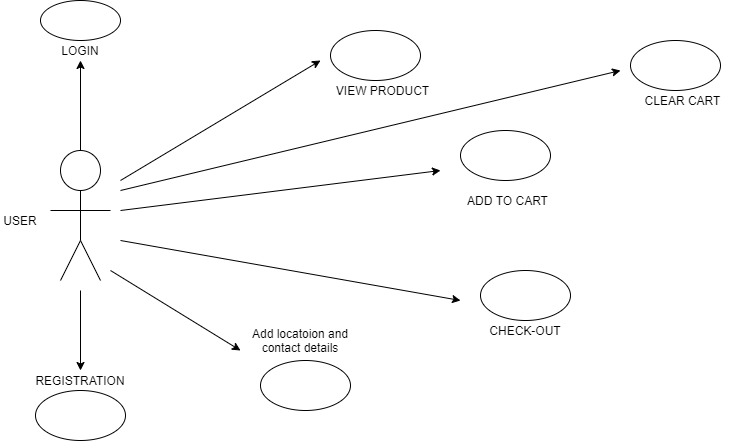
Before: Use case diagram.png, a diagram exported from draw.io (Sisonke77/Market-Place). Source tidied: cells renumbered, new cells last; positions are measured from the earlier drawing's top-left corner, leaving out a move shared by most shapes. The source it was exported from:
```xml
<mxGraphModel>
  <root>
    <mxCell id="0" />
    <mxCell id="1" parent="0" />
    <mxCell id="2" style="ellipse;whiteSpace=wrap;html=1;" parent="1" vertex="1">
      <mxGeometry x="60" y="150" width="40" height="40" as="geometry" />
    </mxCell>
    <mxCell id="3" style="endArrow=none;html=1;entryX=0.5;entryY=1;entryDx=0;entryDy=0;" parent="1" edge="1" target="2">
      <mxGeometry relative="1" as="geometry">
        <mxPoint x="80" y="240" as="sourcePoint" />
      </mxGeometry>
    </mxCell>
    <mxCell id="4" style="endArrow=none;html=1;" parent="1" edge="1">
      <mxGeometry relative="1" as="geometry">
        <mxPoint x="50" y="210" as="sourcePoint" />
        <mxPoint x="110" y="210" as="targetPoint" />
      </mxGeometry>
    </mxCell>
    <mxCell id="5" style="endArrow=none;html=1;" parent="1" edge="1">
      <mxGeometry relative="1" as="geometry">
        <mxPoint x="80" y="240" as="sourcePoint" />
        <mxPoint x="100" y="280" as="targetPoint" />
      </mxGeometry>
    </mxCell>
    <mxCell id="6" style="endArrow=none;html=1;" parent="1" edge="1">
      <mxGeometry relative="1" as="geometry">
        <mxPoint x="60" y="280" as="sourcePoint" />
        <mxPoint x="80" y="240" as="targetPoint" />
      </mxGeometry>
    </mxCell>
    <mxCell id="7" style="ellipse;whiteSpace=wrap;html=1;" parent="1" vertex="1">
      <mxGeometry x="40" width="80" height="40" as="geometry" />
    </mxCell>
    <mxCell id="8" style="ellipse;whiteSpace=wrap;html=1;" parent="1" vertex="1">
      <mxGeometry x="35" y="390" width="90" height="50" as="geometry" />
    </mxCell>
    <mxCell id="9" style="endArrow=classic;html=1;exitX=0.5;exitY=0;exitDx=0;exitDy=0;" parent="1" edge="1" source="2">
      <mxGeometry relative="1" as="geometry">
        <mxPoint x="80" y="60" as="targetPoint" />
      </mxGeometry>
    </mxCell>
    <mxCell id="10" style="endArrow=classic;html=1;" parent="1" edge="1">
      <mxGeometry relative="1" as="geometry">
        <mxPoint x="80" y="290" as="sourcePoint" />
        <mxPoint x="80" y="370" as="targetPoint" />
      </mxGeometry>
    </mxCell>
    <mxCell id="11" value="LOGIN" style="text;html=1;strokeColor=none;fillColor=none;align=center;verticalAlign=middle;whiteSpace=wrap;rounded=0;" parent="1" vertex="1">
      <mxGeometry x="60" y="40" width="40" height="20" as="geometry" />
    </mxCell>
    <mxCell id="12" value="REGISTRATION" style="text;html=1;strokeColor=none;fillColor=none;align=center;verticalAlign=middle;whiteSpace=wrap;rounded=0;" parent="1" vertex="1">
      <mxGeometry x="55" y="370" width="50" height="20" as="geometry" />
    </mxCell>
    <mxCell id="13" value="USER" style="text;html=1;strokeColor=none;fillColor=none;align=center;verticalAlign=middle;whiteSpace=wrap;rounded=0;" parent="1" vertex="1">
      <mxGeometry y="210" width="40" height="20" as="geometry" />
    </mxCell>
    <mxCell id="14" style="ellipse;whiteSpace=wrap;html=1;" parent="1" vertex="1">
      <mxGeometry x="630" y="40" width="90" height="50" as="geometry" />
    </mxCell>
    <mxCell id="15" style="ellipse;whiteSpace=wrap;html=1;" parent="1" vertex="1">
      <mxGeometry x="260" y="360" width="90" height="50" as="geometry" />
    </mxCell>
    <mxCell id="16" style="ellipse;whiteSpace=wrap;html=1;" parent="1" vertex="1">
      <mxGeometry x="480" y="270" width="90" height="50" as="geometry" />
    </mxCell>
    <mxCell id="17" style="ellipse;whiteSpace=wrap;html=1;" parent="1" vertex="1">
      <mxGeometry x="460" y="130" width="90" height="50" as="geometry" />
    </mxCell>
    <mxCell id="18" style="ellipse;whiteSpace=wrap;html=1;" parent="1" vertex="1">
      <mxGeometry x="330" y="30" width="90" height="50" as="geometry" />
    </mxCell>
    <mxCell id="19" value="VIEW PRODUCT" style="text;html=1;strokeColor=none;fillColor=none;align=center;verticalAlign=middle;whiteSpace=wrap;rounded=0;" parent="1" vertex="1">
      <mxGeometry x="330" y="80" width="105" height="20" as="geometry" />
    </mxCell>
    <mxCell id="20" style="endArrow=classic;html=1;" parent="1" edge="1">
      <mxGeometry relative="1" as="geometry">
        <mxPoint x="120" y="210" as="sourcePoint" />
        <mxPoint x="440" y="170" as="targetPoint" />
      </mxGeometry>
    </mxCell>
    <mxCell id="21" style="endArrow=classic;html=1;" parent="1" edge="1">
      <mxGeometry relative="1" as="geometry">
        <mxPoint x="120" y="180" as="sourcePoint" />
        <mxPoint x="320" y="60" as="targetPoint" />
      </mxGeometry>
    </mxCell>
    <mxCell id="22" style="endArrow=classic;html=1;" parent="1" edge="1">
      <mxGeometry relative="1" as="geometry">
        <mxPoint x="120" y="240" as="sourcePoint" />
        <mxPoint x="460" y="300" as="targetPoint" />
      </mxGeometry>
    </mxCell>
    <mxCell id="23" style="endArrow=classic;html=1;" parent="1" edge="1">
      <mxGeometry relative="1" as="geometry">
        <mxPoint x="110" y="270" as="sourcePoint" />
        <mxPoint x="240" y="350" as="targetPoint" />
      </mxGeometry>
    </mxCell>
    <mxCell id="24" value="Add locatoion and contact details" style="text;html=1;strokeColor=none;fillColor=none;align=center;verticalAlign=middle;whiteSpace=wrap;rounded=0;" parent="1" vertex="1">
      <mxGeometry x="250" y="330" width="100" height="20" as="geometry" />
    </mxCell>
    <mxCell id="25" value="CHECK-OUT" style="text;html=1;strokeColor=none;fillColor=none;align=center;verticalAlign=middle;whiteSpace=wrap;rounded=0;" parent="1" vertex="1">
      <mxGeometry x="480" y="320" width="90" height="20" as="geometry" />
    </mxCell>
    <mxCell id="26" value="ADD TO CART" style="text;html=1;strokeColor=none;fillColor=none;align=center;verticalAlign=middle;whiteSpace=wrap;rounded=0;" parent="1" vertex="1">
      <mxGeometry x="465" y="190" width="85" height="20" as="geometry" />
    </mxCell>
    <mxCell id="27" style="endArrow=classic;html=1;" parent="1" edge="1">
      <mxGeometry relative="1" as="geometry">
        <mxPoint x="120" y="190" as="sourcePoint" />
        <mxPoint x="620" y="70" as="targetPoint" />
      </mxGeometry>
    </mxCell>
    <mxCell id="28" value="CLEAR CART" style="text;html=1;strokeColor=none;fillColor=none;align=center;verticalAlign=middle;whiteSpace=wrap;rounded=0;" parent="1" vertex="1">
      <mxGeometry x="630" y="90" width="105" height="20" as="geometry" />
    </mxCell>
  </root>
</mxGraphModel>
```
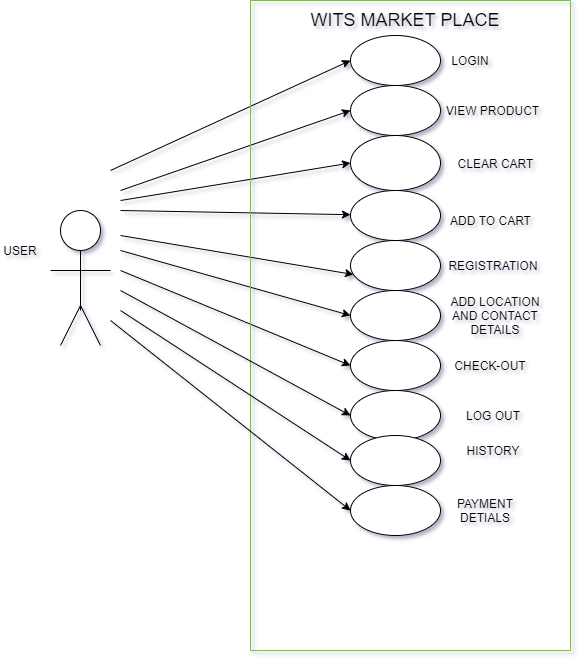
Above is the later version.

The edit, as a diff of the source:
```diff
@@ -1,118 +1,151 @@
-<mxGraphModel>
+<mxGraphModel shadow="1">
   <root>
     <mxCell id="0" />
     <mxCell id="1" parent="0" />
     <mxCell id="2" style="ellipse;whiteSpace=wrap;html=1;" parent="1" vertex="1">
-      <mxGeometry x="60" y="150" width="40" height="40" as="geometry" />
+      <mxGeometry x="60" y="180" width="40" height="40" as="geometry" />
     </mxCell>
     <mxCell id="3" style="endArrow=none;html=1;entryX=0.5;entryY=1;entryDx=0;entryDy=0;" parent="1" edge="1" target="2">
       <mxGeometry relative="1" as="geometry">
-        <mxPoint x="80" y="240" as="sourcePoint" />
+        <mxPoint x="80" y="280" as="sourcePoint" />
       </mxGeometry>
     </mxCell>
     <mxCell id="4" style="endArrow=none;html=1;" parent="1" edge="1">
       <mxGeometry relative="1" as="geometry">
-        <mxPoint x="50" y="210" as="sourcePoint" />
-        <mxPoint x="110" y="210" as="targetPoint" />
+        <mxPoint x="50" y="240" as="sourcePoint" />
+        <mxPoint x="110" y="240" as="targetPoint" />
       </mxGeometry>
     </mxCell>
     <mxCell id="5" style="endArrow=none;html=1;" parent="1" edge="1">
       <mxGeometry relative="1" as="geometry">
-        <mxPoint x="80" y="240" as="sourcePoint" />
-        <mxPoint x="100" y="280" as="targetPoint" />
+        <mxPoint x="80" y="275" as="sourcePoint" />
+        <mxPoint x="100" y="315" as="targetPoint" />
       </mxGeometry>
     </mxCell>
     <mxCell id="6" style="endArrow=none;html=1;" parent="1" edge="1">
       <mxGeometry relative="1" as="geometry">
-        <mxPoint x="60" y="280" as="sourcePoint" />
-        <mxPoint x="80" y="240" as="targetPoint" />
+        <mxPoint x="60" y="315" as="sourcePoint" />
+        <mxPoint x="80" y="275" as="targetPoint" />
       </mxGeometry>
     </mxCell>
-    <mxCell id="7" style="ellipse;whiteSpace=wrap;html=1;" parent="1" vertex="1">
-      <mxGeometry x="40" width="80" height="40" as="geometry" />
-    </mxCell>
-    <mxCell id="8" style="ellipse;whiteSpace=wrap;html=1;" parent="1" vertex="1">
-      <mxGeometry x="35" y="390" width="90" height="50" as="geometry" />
-    </mxCell>
-    <mxCell id="9" style="endArrow=classic;html=1;exitX=0.5;exitY=0;exitDx=0;exitDy=0;" parent="1" edge="1" source="2">
+    <mxCell id="9" style="endArrow=classic;html=1;entryX=0;entryY=0.5;entryDx=0;entryDy=0;" parent="1" edge="1" target="30">
       <mxGeometry relative="1" as="geometry">
-        <mxPoint x="80" y="60" as="targetPoint" />
+        <mxPoint x="110" y="140" as="sourcePoint" />
       </mxGeometry>
     </mxCell>
-    <mxCell id="10" style="endArrow=classic;html=1;" parent="1" edge="1">
+    <mxCell id="10" style="endArrow=classic;html=1;entryX=0;entryY=0.5;entryDx=0;entryDy=0;" parent="1" edge="1" target="15">
       <mxGeometry relative="1" as="geometry">
-        <mxPoint x="80" y="290" as="sourcePoint" />
-        <mxPoint x="80" y="370" as="targetPoint" />
+        <mxPoint x="120" y="240" as="sourcePoint" />
       </mxGeometry>
     </mxCell>
-    <mxCell id="11" value="LOGIN" style="text;html=1;strokeColor=none;fillColor=none;align=center;verticalAlign=middle;whiteSpace=wrap;rounded=0;" parent="1" vertex="1">
-      <mxGeometry x="60" y="40" width="40" height="20" as="geometry" />
-    </mxCell>
-    <mxCell id="12" value="REGISTRATION" style="text;html=1;strokeColor=none;fillColor=none;align=center;verticalAlign=middle;whiteSpace=wrap;rounded=0;" parent="1" vertex="1">
-      <mxGeometry x="55" y="370" width="50" height="20" as="geometry" />
-    </mxCell>
     <mxCell id="13" value="USER" style="text;html=1;strokeColor=none;fillColor=none;align=center;verticalAlign=middle;whiteSpace=wrap;rounded=0;" parent="1" vertex="1">
       <mxGeometry y="210" width="40" height="20" as="geometry" />
     </mxCell>
-    <mxCell id="14" style="ellipse;whiteSpace=wrap;html=1;" parent="1" vertex="1">
-      <mxGeometry x="630" y="40" width="90" height="50" as="geometry" />
-    </mxCell>
-    <mxCell id="15" style="ellipse;whiteSpace=wrap;html=1;" parent="1" vertex="1">
-      <mxGeometry x="260" y="360" width="90" height="50" as="geometry" />
-    </mxCell>
-    <mxCell id="16" style="ellipse;whiteSpace=wrap;html=1;" parent="1" vertex="1">
-      <mxGeometry x="480" y="270" width="90" height="50" as="geometry" />
-    </mxCell>
-    <mxCell id="17" style="ellipse;whiteSpace=wrap;html=1;" parent="1" vertex="1">
-      <mxGeometry x="460" y="130" width="90" height="50" as="geometry" />
-    </mxCell>
-    <mxCell id="18" style="ellipse;whiteSpace=wrap;html=1;" parent="1" vertex="1">
-      <mxGeometry x="330" y="30" width="90" height="50" as="geometry" />
-    </mxCell>
-    <mxCell id="19" value="VIEW PRODUCT" style="text;html=1;strokeColor=none;fillColor=none;align=center;verticalAlign=middle;whiteSpace=wrap;rounded=0;" parent="1" vertex="1">
-      <mxGeometry x="330" y="80" width="105" height="20" as="geometry" />
-    </mxCell>
-    <mxCell id="20" style="endArrow=classic;html=1;" parent="1" edge="1">
+    <mxCell id="20" style="endArrow=classic;html=1;" parent="1" edge="1" target="17">
       <mxGeometry relative="1" as="geometry">
-        <mxPoint x="120" y="210" as="sourcePoint" />
-        <mxPoint x="440" y="170" as="targetPoint" />
+        <mxPoint x="120" y="180" as="sourcePoint" />
       </mxGeometry>
     </mxCell>
-    <mxCell id="21" style="endArrow=classic;html=1;" parent="1" edge="1">
+    <mxCell id="21" style="endArrow=classic;html=1;entryX=0;entryY=0.5;entryDx=0;entryDy=0;" parent="1" edge="1" target="31">
       <mxGeometry relative="1" as="geometry">
-        <mxPoint x="120" y="180" as="sourcePoint" />
-        <mxPoint x="320" y="60" as="targetPoint" />
+        <mxPoint x="120" y="160" as="sourcePoint" />
       </mxGeometry>
     </mxCell>
-    <mxCell id="22" style="endArrow=classic;html=1;" parent="1" edge="1">
+    <mxCell id="22" style="endArrow=classic;html=1;entryX=0.033;entryY=0.68;entryDx=0;entryDy=0;entryPerimeter=0;" parent="1" edge="1" target="8">
       <mxGeometry relative="1" as="geometry">
-        <mxPoint x="120" y="240" as="sourcePoint" />
-        <mxPoint x="460" y="300" as="targetPoint" />
+        <mxPoint x="120" y="205" as="sourcePoint" />
       </mxGeometry>
     </mxCell>
-    <mxCell id="23" style="endArrow=classic;html=1;" parent="1" edge="1">
+    <mxCell id="23" style="endArrow=classic;html=1;entryX=0;entryY=0.5;entryDx=0;entryDy=0;" parent="1" edge="1" target="16">
       <mxGeometry relative="1" as="geometry">
-        <mxPoint x="110" y="270" as="sourcePoint" />
-        <mxPoint x="240" y="350" as="targetPoint" />
+        <mxPoint x="120" y="220" as="sourcePoint" />
       </mxGeometry>
     </mxCell>
+    <mxCell id="27" style="endArrow=classic;html=1;entryX=0;entryY=0.5;entryDx=0;entryDy=0;" parent="1" edge="1" target="14">
+      <mxGeometry relative="1" as="geometry">
+        <mxPoint x="120" y="170" as="sourcePoint" />
+      </mxGeometry>
+    </mxCell>
+    <mxCell id="29" style="swimlane;startSize=0;gradientColor=#97d077;fillColor=#d5e8d4;strokeColor=#82b366;" parent="1" vertex="1">
+      <mxGeometry x="250" y="-30" width="320" height="650" as="geometry" />
+    </mxCell>
+    <mxCell id="11" value="LOGIN" style="text;html=1;strokeColor=none;fillColor=none;align=center;verticalAlign=middle;whiteSpace=wrap;rounded=0;" parent="29" vertex="1">
+      <mxGeometry x="200" y="50" width="40" height="20" as="geometry" />
+    </mxCell>
+    <mxCell id="19" value="VIEW PRODUCT" style="text;html=1;strokeColor=none;fillColor=none;align=center;verticalAlign=middle;whiteSpace=wrap;rounded=0;" parent="29" vertex="1">
+      <mxGeometry x="190" y="100" width="105" height="20" as="geometry" />
+    </mxCell>
+    <mxCell id="14" style="ellipse;whiteSpace=wrap;html=1;" parent="29" vertex="1">
+      <mxGeometry x="100" y="135" width="90" height="55" as="geometry" />
+    </mxCell>
+    <mxCell id="17" style="ellipse;whiteSpace=wrap;html=1;" parent="29" vertex="1">
+      <mxGeometry x="100" y="190" width="90" height="50" as="geometry" />
+    </mxCell>
+    <mxCell id="30" style="ellipse;whiteSpace=wrap;html=1;" parent="29" vertex="1">
+      <mxGeometry x="100" y="35" width="90" height="50" as="geometry" />
+    </mxCell>
+    <mxCell id="31" style="ellipse;whiteSpace=wrap;html=1;" parent="29" vertex="1">
+      <mxGeometry x="100" y="85" width="90" height="50" as="geometry" />
+    </mxCell>
+    <mxCell id="28" value="CLEAR CART" style="text;html=1;strokeColor=none;fillColor=none;align=center;verticalAlign=middle;whiteSpace=wrap;rounded=0;" parent="29" vertex="1">
+      <mxGeometry x="192.5" y="152.5" width="105" height="20" as="geometry" />
+    </mxCell>
+    <mxCell id="26" value="ADD TO CART" style="text;html=1;strokeColor=none;fillColor=none;align=center;verticalAlign=middle;whiteSpace=wrap;rounded=0;" parent="29" vertex="1">
+      <mxGeometry x="197.5" y="210" width="85" height="20" as="geometry" />
+    </mxCell>
+    <mxCell id="8" style="ellipse;whiteSpace=wrap;html=1;" parent="29" vertex="1">
+      <mxGeometry x="100" y="240" width="90" height="50" as="geometry" />
+    </mxCell>
+    <mxCell id="12" value="REGISTRATION" style="text;html=1;strokeColor=none;fillColor=none;align=center;verticalAlign=middle;whiteSpace=wrap;rounded=0;" parent="29" vertex="1">
+      <mxGeometry x="217.5" y="255" width="50" height="20" as="geometry" />
+    </mxCell>
+    <mxCell id="16" style="ellipse;whiteSpace=wrap;html=1;" parent="29" vertex="1">
+      <mxGeometry x="100" y="290" width="90" height="50" as="geometry" />
+    </mxCell>
+    <mxCell id="15" style="ellipse;whiteSpace=wrap;html=1;" parent="29" vertex="1">
+      <mxGeometry x="100" y="340" width="90" height="50" as="geometry" />
+    </mxCell>
+    <mxCell id="25" value="CHECK-OUT" style="text;html=1;strokeColor=none;fillColor=none;align=center;verticalAlign=middle;whiteSpace=wrap;rounded=0;" parent="29" vertex="1">
+      <mxGeometry x="195" y="355" width="90" height="20" as="geometry" />
+    </mxCell>
+    <mxCell id="32" style="ellipse;whiteSpace=wrap;html=1;" parent="29" vertex="1">
+      <mxGeometry x="100" y="390" width="90" height="50" as="geometry" />
+    </mxCell>
+    <mxCell id="33" value="&lt;span style=&quot;color: rgba(0 , 0 , 0 , 0) ; font-family: monospace ; font-size: 0px&quot;&gt;%3CmxGraphModel%3E%3Croot%3E%3CmxCell%20id%3D%220%22%2F%3E%3CmxCell%20id%3D%221%22%20parent%3D%220%22%2F%3E%3CmxCell%20id%3D%222%22%20value%3D%22%22%20style%3D%22ellipse%3BwhiteSpace%3Dwrap%3Bhtml%3D1%3B%22%20vertex%3D%221%22%20parent%3D%221%22%3E%3CmxGeometry%20x%3D%22380%22%20y%3D%22420%22%20width%3D%2290%22%20height%3D%2250%22%20as%3D%22geometry%22%2F%3E%3C%2FmxCell%3E%3C%2Froot%3E%3C%2FmxGraphModel%3E&lt;/span&gt;" style="ellipse;whiteSpace=wrap;html=1;" parent="29" vertex="1">
+      <mxGeometry x="100" y="435" width="90" height="50" as="geometry" />
+    </mxCell>
+    <mxCell id="34" value="HISTORY" style="text;html=1;strokeColor=none;fillColor=none;align=center;verticalAlign=middle;whiteSpace=wrap;rounded=0;" parent="29" vertex="1">
+      <mxGeometry x="197.5" y="440" width="90" height="20" as="geometry" />
+    </mxCell>
+    <mxCell id="35" value="LOG OUT" style="text;html=1;strokeColor=none;fillColor=none;align=center;verticalAlign=middle;whiteSpace=wrap;rounded=0;" parent="29" vertex="1">
+      <mxGeometry x="197.5" y="405" width="90" height="20" as="geometry" />
+    </mxCell>
+    <mxCell id="36" value="&lt;span style=&quot;color: rgba(0 , 0 , 0 , 0) ; font-family: monospace ; font-size: 0px&quot;&gt;%3CmxGraphModel%3E%3Croot%3E%3CmxCell%20id%3D%220%22%2F%3E%3CmxCell%20id%3D%221%22%20parent%3D%220%22%2F%3E%3CmxCell%20id%3D%222%22%20value%3D%22%22%20style%3D%22ellipse%3BwhiteSpace%3Dwrap%3Bhtml%3D1%3B%22%20vertex%3D%221%22%20parent%3D%221%22%3E%3CmxGeometry%20x%3D%22380%22%20y%3D%22420%22%20width%3D%2290%22%20height%3D%2250%22%20as%3D%22geometry%22%2F%3E%3C%2FmxCell%3E%3C%2Froot%3E%3C%2FmxGraphModel%3E&lt;/span&gt;" style="ellipse;whiteSpace=wrap;html=1;" parent="29" vertex="1">
+      <mxGeometry x="100" y="485" width="90" height="50" as="geometry" />
+    </mxCell>
+    <mxCell id="37" value="WITS MARKET PLACE" style="text;html=1;strokeColor=none;fillColor=none;align=center;verticalAlign=middle;whiteSpace=wrap;rounded=0;fontSize=18;" parent="29" vertex="1">
+      <mxGeometry x="40" y="10" width="230" height="20" as="geometry" />
+    </mxCell>
+    <mxCell id="38" value="PAYMENT DETIALS" style="text;html=1;strokeColor=none;fillColor=none;align=center;verticalAlign=middle;whiteSpace=wrap;rounded=0;" parent="29" vertex="1">
+      <mxGeometry x="190" y="500" width="90" height="20" as="geometry" />
+    </mxCell>
-    <mxCell id="24" value="Add locatoion and contact details" style="text;html=1;strokeColor=none;fillColor=none;align=center;verticalAlign=middle;whiteSpace=wrap;rounded=0;" parent="1" vertex="1">
-      <mxGeometry x="250" y="330" width="100" height="20" as="geometry" />
+    <mxCell id="24" value="ADD LOCATION AND CONTACT DETAILS" style="text;html=1;strokeColor=none;fillColor=none;align=center;verticalAlign=middle;whiteSpace=wrap;rounded=0;" parent="29" vertex="1">
+      <mxGeometry x="195" y="305" width="100" height="20" as="geometry" />
     </mxCell>
-    <mxCell id="25" value="CHECK-OUT" style="text;html=1;strokeColor=none;fillColor=none;align=center;verticalAlign=middle;whiteSpace=wrap;rounded=0;" parent="1" vertex="1">
-      <mxGeometry x="480" y="320" width="90" height="20" as="geometry" />
-    </mxCell>
-    <mxCell id="26" value="ADD TO CART" style="text;html=1;strokeColor=none;fillColor=none;align=center;verticalAlign=middle;whiteSpace=wrap;rounded=0;" parent="1" vertex="1">
-      <mxGeometry x="465" y="190" width="85" height="20" as="geometry" />
-    </mxCell>
-    <mxCell id="27" style="endArrow=classic;html=1;" parent="1" edge="1">
-      <mxGeometry relative="1" as="geometry">
-        <mxPoint x="120" y="190" as="sourcePoint" />
-        <mxPoint x="620" y="70" as="targetPoint" />
-      </mxGeometry>
-    </mxCell>
-    <mxCell id="28" value="CLEAR CART" style="text;html=1;strokeColor=none;fillColor=none;align=center;verticalAlign=middle;whiteSpace=wrap;rounded=0;" parent="1" vertex="1">
-      <mxGeometry x="630" y="90" width="105" height="20" as="geometry" />
-    </mxCell>
+    <mxCell id="39" style="endArrow=classic;html=1;entryX=0;entryY=0.5;entryDx=0;entryDy=0;" parent="1" edge="1" target="32">
+      <mxGeometry relative="1" as="geometry">
+        <mxPoint x="120" y="260" as="sourcePoint" />
+      </mxGeometry>
+    </mxCell>
+    <mxCell id="40" style="endArrow=classic;html=1;entryX=0;entryY=0.5;entryDx=0;entryDy=0;" parent="1" edge="1" target="33">
+      <mxGeometry relative="1" as="geometry">
+        <mxPoint x="120" y="280" as="sourcePoint" />
+      </mxGeometry>
+    </mxCell>
+    <mxCell id="41" style="endArrow=classic;html=1;entryX=0;entryY=0.5;entryDx=0;entryDy=0;" parent="1" edge="1" target="36">
+      <mxGeometry relative="1" as="geometry">
+        <mxPoint x="110" y="290" as="sourcePoint" />
+      </mxGeometry>
+    </mxCell>
   </root>
 </mxGraphModel>
```
